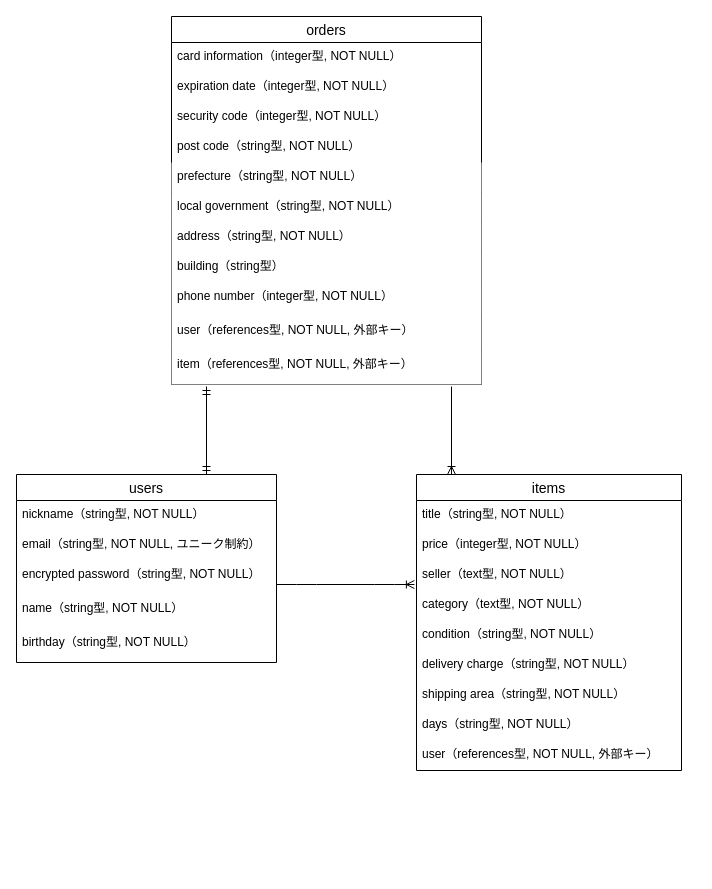
JamesCroissant/furima-37331 keeps this draw.io diagram as furima.dio. Above is the earlier version. Source tidied: cells renumbered, new cells numbered last; positions are measured from the earlier drawing's top-left corner, leaving out a move shared by most shapes. Both pictures are drawn from the tidied source at 100%, with x=0, y=0 at pixel (16, 16).
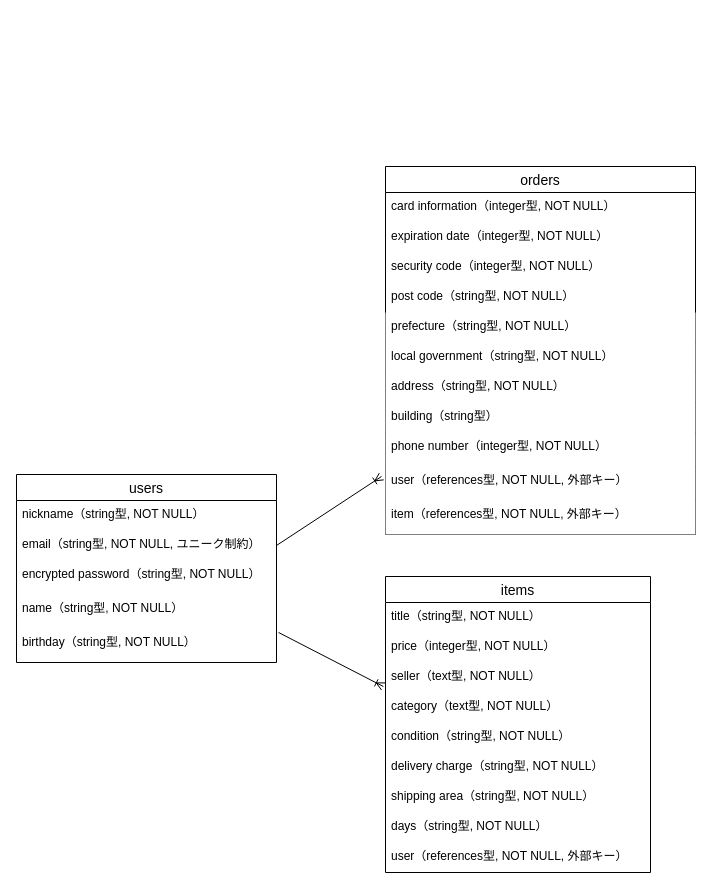
After the change.

Commit message (it also covers changes not shown here):
データベース設計1回目の修正

The change refers to these unchanged cells:
```xml
<mxCell id="4" value="email（string型, NOT NULL, ユニーク制約）" style="text;strokeColor=none;fillColor=none;spacingLeft=4;spacingRight=4;overflow=hidden;points=[[0,0.5],[1,0.5]];portConstraint=eastwest;fontSize=12;" parent="2" vertex="1">
  <mxGeometry y="56" width="260" height="30" as="geometry" />
</mxCell>
<mxCell id="6" value="name（string型, NOT NULL）" style="text;strokeColor=none;fillColor=none;spacingLeft=4;spacingRight=4;overflow=hidden;points=[[0,0.5],[1,0.5]];portConstraint=eastwest;fontSize=12;" parent="2" vertex="1">
  <mxGeometry y="120" width="260" height="34" as="geometry" />
</mxCell>
<mxCell id="11" value="seller（text型, NOT NULL）" style="text;strokeColor=none;fillColor=none;spacingLeft=4;spacingRight=4;overflow=hidden;points=[[0,0.5],[1,0.5]];portConstraint=eastwest;fontSize=12;" parent="8" vertex="1">
  <mxGeometry y="86" width="265" height="30" as="geometry" />
</mxCell>
```

Change to the diagram source:
```diff
@@
     <mxCell id="8" value="items" style="swimlane;fontStyle=0;horizontal=1;startSize=26;align=center;fontSize=14;" parent="1" vertex="1">
-      <mxGeometry x="400" y="458" width="265" height="296" as="geometry" />
+      <mxGeometry x="369" y="560" width="265" height="296" as="geometry" />
     </mxCell>
@@
-    <mxCell id="18" style="edgeStyle=entityRelationEdgeStyle;fontSize=12;html=1;endArrow=ERoneToMany;entryX=-0.008;entryY=0.8;entryDx=0;entryDy=0;entryPerimeter=0;endFill=0;" parent="1" edge="1" target="11">
-      <mxGeometry relative="1" as="geometry">
-        <mxPoint x="260" y="568" as="sourcePoint" />
-      </mxGeometry>
+    <mxCell id="18" style="fontSize=12;html=1;endArrow=ERoneToMany;entryX=-0.008;entryY=0.8;entryDx=0;entryDy=0;entryPerimeter=0;endFill=0;exitX=1.008;exitY=1.118;exitDx=0;exitDy=0;exitPerimeter=0;" parent="1" edge="1" source="6" target="11">
+      <mxGeometry relative="1" as="geometry" />
     </mxCell>
     <mxCell id="19" value="orders" style="swimlane;fontStyle=0;horizontal=1;startSize=26;align=center;fontSize=14;" parent="1" vertex="1">
-      <mxGeometry x="155" width="310" height="368" as="geometry" />
+      <mxGeometry x="369" y="150" width="310" height="368" as="geometry" />
     </mxCell>
@@
-    <mxCell id="31" style="fontSize=12;html=1;endArrow=ERmandOne;startArrow=ERmandOne;" parent="1" edge="1">
-      <mxGeometry relative="1" as="geometry">
-        <mxPoint x="190" y="458" as="sourcePoint" />
-        <mxPoint x="190" y="370" as="targetPoint" />
-      </mxGeometry>
-    </mxCell>
-    <mxCell id="32" style="fontSize=12;html=1;endArrow=ERoneToMany;" parent="1" edge="1">
-      <mxGeometry relative="1" as="geometry">
-        <mxPoint x="435" y="370" as="sourcePoint" />
-        <mxPoint x="435" y="458" as="targetPoint" />
-      </mxGeometry>
-    </mxCell>
+    <mxCell id="33" style="fontSize=12;html=1;endArrow=ERoneToMany;exitX=1;exitY=0.5;exitDx=0;exitDy=0;" parent="1" edge="1" source="4">
+      <mxGeometry relative="1" as="geometry">
+        <mxPoint x="365" y="460" as="targetPoint" />
+      </mxGeometry>
+    </mxCell>
```
